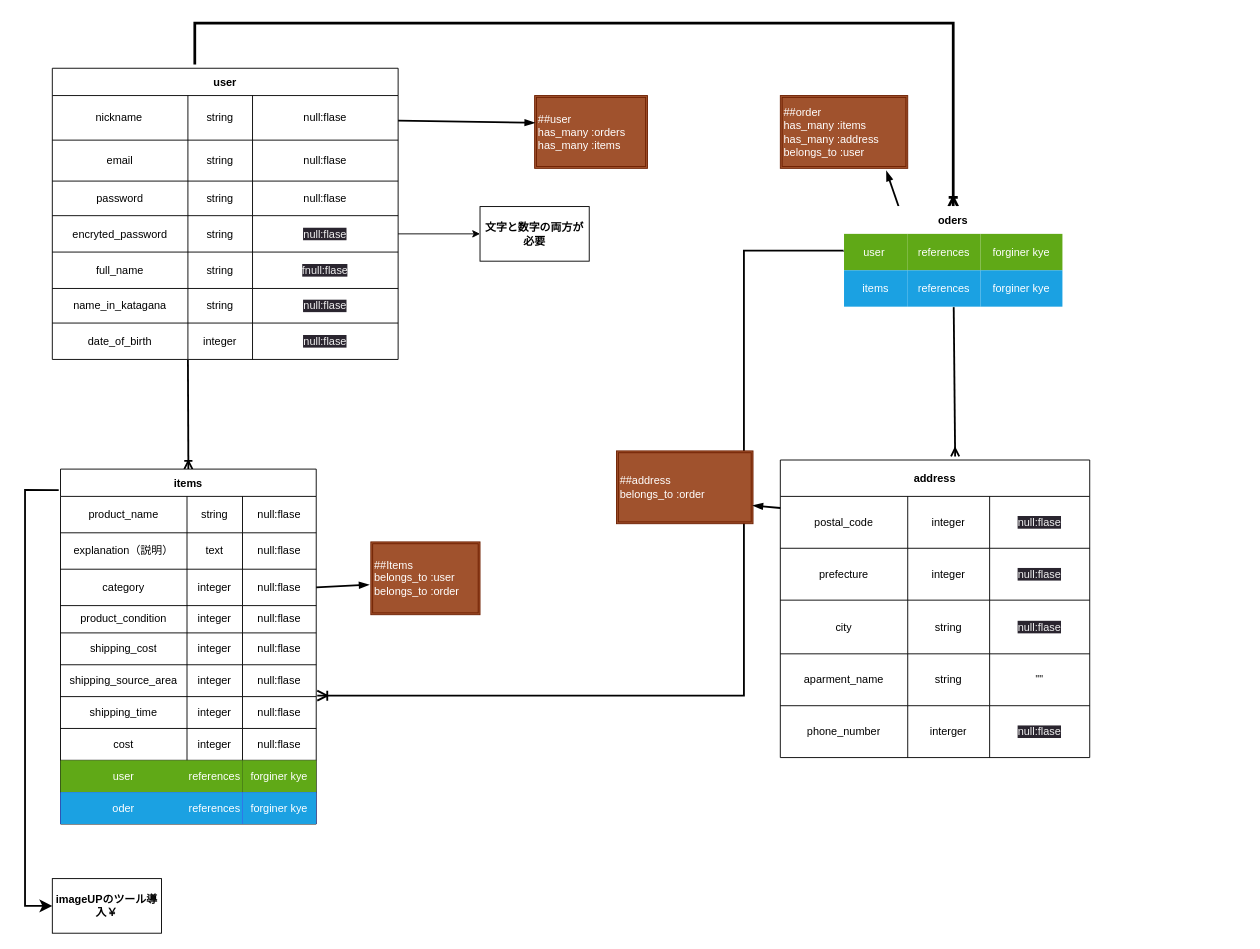
Earlier version of the draw.io diagram Tabel.dio (HaNguyen32/furima-39623). Source tidied: cells renumbered, new cells numbered last; positions are measured from the earlier drawing's top-left corner, leaving out a move shared by most shapes. Both pictures are drawn from the tidied source at 91%, with x=0, y=0 at pixel (25, -5).
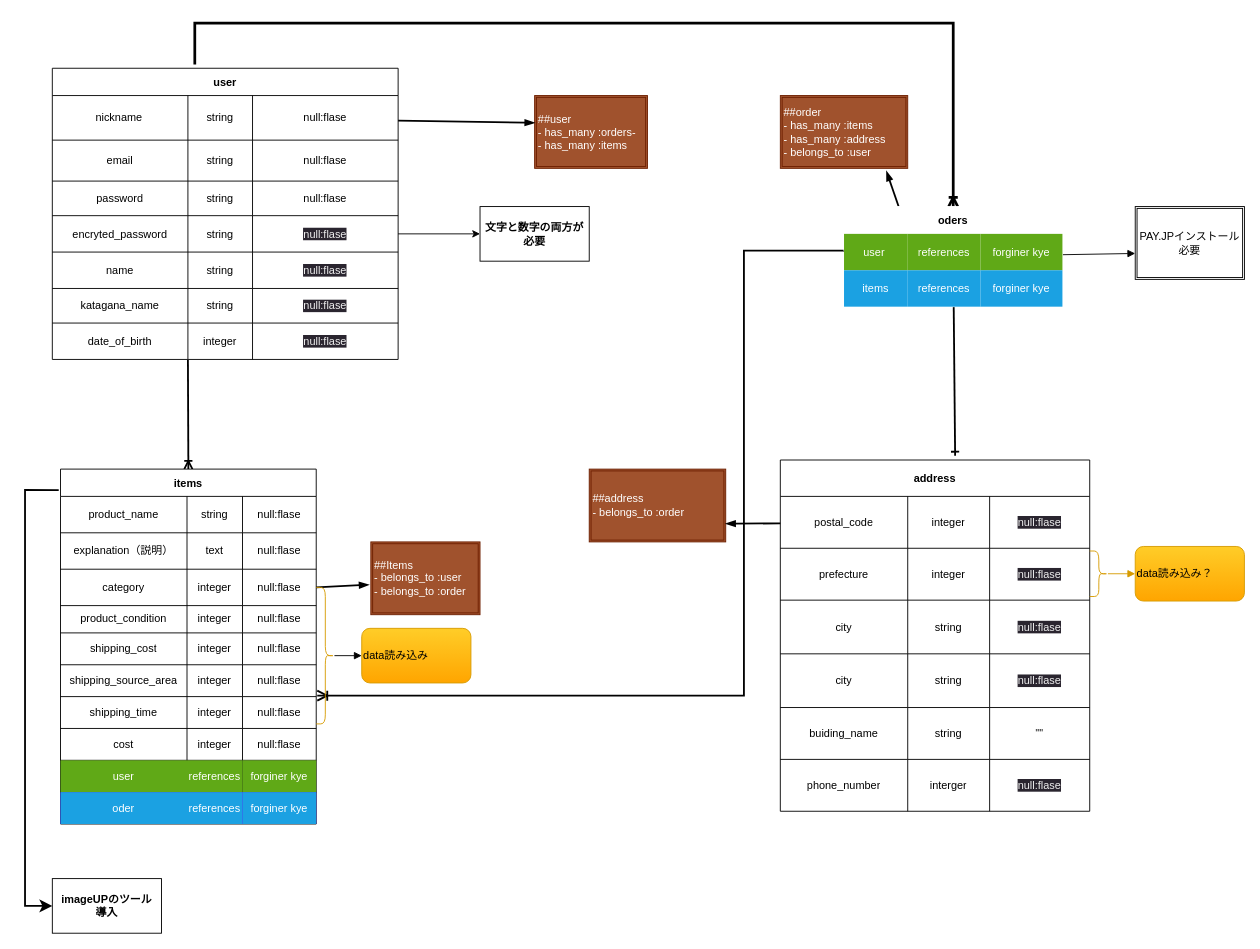
The same diagram, later.

The change refers to these unchanged cells:
```xml
<mxCell id="20" style="shape=tableRow;horizontal=0;startSize=0;swimlaneHead=0;swimlaneBody=0;top=0;left=0;bottom=0;right=0;fillColor=none;" parent="3" vertex="1">
  <mxGeometry y="202" width="380" height="40" as="geometry" />
</mxCell>
<mxCell id="24" style="shape=tableRow;horizontal=0;startSize=0;swimlaneHead=0;swimlaneBody=0;top=0;left=0;bottom=0;right=0;fillColor=none;" parent="3" vertex="1">
  <mxGeometry y="242" width="380" height="38" as="geometry" />
</mxCell>
<mxCell id="105" value="oders" style="shape=table;startSize=30;childLayout=tableLayout;fontStyle=1;align=center;strokeColor=#FFFFFF;" parent="1" vertex="1">
  <mxGeometry x="900" y="231.5" width="240" height="110" as="geometry" />
</mxCell>
```

The edit, as a diff of the source:
```diff
@@
-    <mxCell id="21" value="full_name" style="shape=partialRectangle;html=1;whiteSpace=wrap;fillColor=none;top=0;left=0;bottom=0;right=0;overflow=hidden;" parent="20" vertex="1">
+    <mxCell id="21" value="name" style="shape=partialRectangle;html=1;whiteSpace=wrap;fillColor=none;top=0;left=0;bottom=0;right=0;overflow=hidden;" parent="20" vertex="1">
       <mxGeometry width="149" height="40" as="geometry" />
     </mxCell>
@@
-    <mxCell id="23" value="&lt;span style=&quot;color: rgb(240, 240, 240); font-family: Helvetica; font-size: 12px; font-style: normal; font-variant-ligatures: normal; font-variant-caps: normal; font-weight: 400; letter-spacing: normal; orphans: 2; text-align: center; text-indent: 0px; text-transform: none; widows: 2; word-spacing: 0px; -webkit-text-stroke-width: 0px; background-color: rgb(42, 37, 47); text-decoration-thickness: initial; text-decoration-style: initial; text-decoration-color: initial; float: none; display: inline !important;&quot;&gt;fnull:flase&lt;/span&gt;" style="shape=partialRectangle;html=1;whiteSpace=wrap;fillColor=none;top=0;left=0;bottom=0;right=0;overflow=hidden;" parent="20" vertex="1">
+    <mxCell id="23" value="&lt;span style=&quot;color: rgb(240, 240, 240); font-family: Helvetica; font-size: 12px; font-style: normal; font-variant-ligatures: normal; font-variant-caps: normal; font-weight: 400; letter-spacing: normal; orphans: 2; text-align: center; text-indent: 0px; text-transform: none; widows: 2; word-spacing: 0px; -webkit-text-stroke-width: 0px; background-color: rgb(42, 37, 47); text-decoration-thickness: initial; text-decoration-style: initial; text-decoration-color: initial; float: none; display: inline !important;&quot;&gt;null:flase&lt;/span&gt;" style="shape=partialRectangle;html=1;whiteSpace=wrap;fillColor=none;top=0;left=0;bottom=0;right=0;overflow=hidden;" parent="20" vertex="1">
       <mxGeometry x="220" width="160" height="40" as="geometry" />
     </mxCell>
@@
-    <mxCell id="25" value="name_in_katagana" style="shape=partialRectangle;html=1;whiteSpace=wrap;fillColor=none;top=0;left=0;bottom=0;right=0;overflow=hidden;" parent="24" vertex="1">
+    <mxCell id="25" value="katagana_name" style="shape=partialRectangle;html=1;whiteSpace=wrap;fillColor=none;top=0;left=0;bottom=0;right=0;overflow=hidden;" parent="24" vertex="1">
       <mxGeometry width="149" height="38" as="geometry" />
     </mxCell>
@@
-    <mxCell id="74" value="imageUPのツール導入￥" style="whiteSpace=wrap;html=1;startSize=30;fontStyle=1;" parent="1" vertex="1">
+    <mxCell id="74" value="imageUPのツール&lt;br&gt;導入" style="whiteSpace=wrap;html=1;startSize=30;fontStyle=1;" parent="1" vertex="1">
       <mxGeometry x="30" y="970" width="120" height="60" as="geometry" />
     </mxCell>
     <mxCell id="75" value="address" style="shape=table;startSize=40;childLayout=tableLayout;fontStyle=1;align=center;" parent="1" vertex="1">
-      <mxGeometry x="830" y="510" width="340" height="327" as="geometry" />
+      <mxGeometry x="830" y="510" width="340" height="386" as="geometry" />
     </mxCell>
@@
+    <mxCell id="118" style="shape=tableRow;horizontal=0;startSize=0;swimlaneHead=0;swimlaneBody=0;top=0;left=0;bottom=0;right=0;fillColor=none;" parent="75" vertex="1">
+      <mxGeometry y="213" width="340" height="59" as="geometry" />
+    </mxCell>
+    <mxCell id="119" value="city" style="shape=partialRectangle;html=1;whiteSpace=wrap;fillColor=none;top=0;left=0;bottom=0;right=0;overflow=hidden;" parent="118" vertex="1">
+      <mxGeometry width="140" height="59" as="geometry" />
+    </mxCell>
+    <mxCell id="120" value="string" style="shape=partialRectangle;html=1;whiteSpace=wrap;fillColor=none;top=0;left=0;bottom=0;right=0;overflow=hidden;" parent="118" vertex="1">
+      <mxGeometry x="140" width="90" height="59" as="geometry" />
+    </mxCell>
+    <mxCell id="121" value="&lt;span style=&quot;color: rgb(240, 240, 240); font-family: Helvetica; font-size: 12px; font-style: normal; font-variant-ligatures: normal; font-variant-caps: normal; font-weight: 400; letter-spacing: normal; orphans: 2; text-align: center; text-indent: 0px; text-transform: none; widows: 2; word-spacing: 0px; -webkit-text-stroke-width: 0px; background-color: rgb(42, 37, 47); text-decoration-thickness: initial; text-decoration-style: initial; text-decoration-color: initial; float: none; display: inline !important;&quot;&gt;null:flase&lt;/span&gt;" style="shape=partialRectangle;html=1;whiteSpace=wrap;fillColor=none;top=0;left=0;bottom=0;right=0;overflow=hidden;" parent="118" vertex="1">
+      <mxGeometry x="230" width="110" height="59" as="geometry" />
+    </mxCell>
     <mxCell id="88" style="shape=tableRow;horizontal=0;startSize=0;swimlaneHead=0;swimlaneBody=0;top=0;left=0;bottom=0;right=0;fillColor=none;" parent="75" vertex="1">
-      <mxGeometry y="213" width="340" height="57" as="geometry" />
+      <mxGeometry y="272" width="340" height="57" as="geometry" />
     </mxCell>
-    <mxCell id="89" value="aparment_name" style="shape=partialRectangle;html=1;whiteSpace=wrap;fillColor=none;top=0;left=0;bottom=0;right=0;overflow=hidden;" parent="88" vertex="1">
+    <mxCell id="89" value="buiding_name" style="shape=partialRectangle;html=1;whiteSpace=wrap;fillColor=none;top=0;left=0;bottom=0;right=0;overflow=hidden;" parent="88" vertex="1">
       <mxGeometry width="140" height="57" as="geometry" />
     </mxCell>
@@
     <mxCell id="92" style="shape=tableRow;horizontal=0;startSize=0;swimlaneHead=0;swimlaneBody=0;top=0;left=0;bottom=0;right=0;fillColor=none;" parent="75" vertex="1">
-      <mxGeometry y="270" width="340" height="57" as="geometry" />
+      <mxGeometry y="329" width="340" height="57" as="geometry" />
     </mxCell>
@@
-    <mxCell id="98" value="##Items&lt;br&gt;belongs_to :user&lt;br&gt;belongs_to :order" style="shape=ext;double=1;rounded=0;whiteSpace=wrap;html=1;fillColor=#a0522d;fontColor=#ffffff;strokeColor=#6D1F00;align=left;" parent="1" vertex="1">
+    <mxCell id="98" value="##Items&lt;br&gt;- belongs_to :user&lt;br&gt;- belongs_to :order" style="shape=ext;double=1;rounded=0;whiteSpace=wrap;html=1;fillColor=#a0522d;fontColor=#ffffff;strokeColor=#6D1F00;align=left;" parent="1" vertex="1">
       <mxGeometry x="380" y="600" width="120" height="80" as="geometry" />
     </mxCell>
@@
-    <mxCell id="100" value="##order&lt;br&gt;has_many :items&lt;br&gt;has_many :address&lt;br&gt;belongs_to :user" style="shape=ext;double=1;rounded=0;whiteSpace=wrap;html=1;fillColor=#a0522d;fontColor=#ffffff;strokeColor=#6D1F00;align=left;" parent="1" vertex="1">
+    <mxCell id="100" value="##order&lt;br&gt;- has_many :items&lt;br&gt;- has_many :address&lt;br&gt;- belongs_to :user" style="shape=ext;double=1;rounded=0;whiteSpace=wrap;html=1;fillColor=#a0522d;fontColor=#ffffff;strokeColor=#6D1F00;align=left;" parent="1" vertex="1">
       <mxGeometry x="830" y="109.5" width="140" height="80" as="geometry" />
     </mxCell>
-    <mxCell id="101" value="##user&lt;br&gt;has_many :orders&lt;br&gt;has_many :items" style="shape=ext;double=1;rounded=0;whiteSpace=wrap;html=1;fillColor=#a0522d;fontColor=#ffffff;strokeColor=#6D1F00;align=left;" parent="1" vertex="1">
+    <mxCell id="101" value="##user&lt;br&gt;- has_many :orders-&lt;br&gt;- has_many :items" style="shape=ext;double=1;rounded=0;whiteSpace=wrap;html=1;fillColor=#a0522d;fontColor=#ffffff;strokeColor=#6D1F00;align=left;" parent="1" vertex="1">
       <mxGeometry x="560" y="109.5" width="124" height="80" as="geometry" />
     </mxCell>
@@
-    <mxCell id="103" style="edgeStyle=none;html=1;entryX=0.565;entryY=-0.012;entryDx=0;entryDy=0;entryPerimeter=0;strokeWidth=2;endArrow=ERmany;endFill=0;startSize=6;" parent="1" edge="1" source="105" target="75">
+    <mxCell id="103" style="edgeStyle=none;html=1;entryX=0.565;entryY=-0.012;entryDx=0;entryDy=0;entryPerimeter=0;strokeWidth=2;endArrow=ERone;endFill=0;startSize=6;" parent="1" edge="1" source="105" target="75">
       <mxGeometry relative="1" as="geometry" />
     </mxCell>
@@
+    <mxCell id="122" style="edgeStyle=none;html=1;entryX=0;entryY=0.644;entryDx=0;entryDy=0;entryPerimeter=0;endArrow=block;endFill=1;" parent="1" edge="1" source="105" target="123">
+      <mxGeometry relative="1" as="geometry" />
+    </mxCell>
@@
-    <mxCell id="114" value="##address&lt;br&gt;belongs_to :order" style="shape=ext;double=1;rounded=0;whiteSpace=wrap;html=1;strokeColor=#6D1F00;fillColor=#a0522d;fontColor=#ffffff;align=left;" parent="1" vertex="1">
-      <mxGeometry x="650" y="500" width="150" height="80" as="geometry" />
+    <mxCell id="114" value="##address&lt;br&gt;- belongs_to :order" style="shape=ext;double=1;rounded=0;whiteSpace=wrap;html=1;strokeColor=#6D1F00;fillColor=#a0522d;fontColor=#ffffff;align=left;" parent="1" vertex="1">
+      <mxGeometry x="620" y="520" width="150" height="80" as="geometry" />
     </mxCell>
@@
+    <mxCell id="123" value="PAY.JPインストール必要" style="shape=ext;double=1;rounded=0;whiteSpace=wrap;html=1;" parent="1" vertex="1">
+      <mxGeometry x="1220" y="231.5" width="120" height="80" as="geometry" />
+    </mxCell>
+    <mxCell id="124" style="edgeStyle=none;html=1;endArrow=block;endFill=1;" parent="1" edge="1" source="125" target="129">
+      <mxGeometry relative="1" as="geometry" />
+    </mxCell>
+    <mxCell id="125" style="shape=curlyBracket;whiteSpace=wrap;html=1;rounded=1;flipH=1;labelPosition=right;verticalLabelPosition=middle;align=left;verticalAlign=middle;size=0.5;fillColor=#ffcd28;gradientColor=#ffa500;strokeColor=#d79b00;" parent="1" vertex="1">
+      <mxGeometry x="320" y="650" width="20" height="150" as="geometry" />
+    </mxCell>
+    <mxCell id="126" style="edgeStyle=none;html=1;endArrow=block;endFill=1;fillColor=#ffcd28;gradientColor=#ffa500;strokeColor=#d79b00;" parent="1" edge="1" source="127" target="128">
+      <mxGeometry relative="1" as="geometry" />
+    </mxCell>
+    <mxCell id="127" style="shape=curlyBracket;whiteSpace=wrap;html=1;rounded=1;flipH=1;labelPosition=right;verticalLabelPosition=middle;align=left;verticalAlign=middle;size=0.5;fillColor=#ffcd28;gradientColor=#ffa500;strokeColor=#d79b00;" parent="1" vertex="1">
+      <mxGeometry x="1170" y="610" width="20" height="50" as="geometry" />
+    </mxCell>
+    <mxCell id="128" value="data読み込み？" style="whiteSpace=wrap;html=1;align=left;rounded=1;fillColor=#ffcd28;gradientColor=#ffa500;strokeColor=#d79b00;" parent="1" vertex="1">
+      <mxGeometry x="1220" y="605" width="120" height="60" as="geometry" />
+    </mxCell>
+    <mxCell id="129" value="data読み込み" style="whiteSpace=wrap;html=1;align=left;fillColor=#ffcd28;strokeColor=#d79b00;rounded=1;gradientColor=#ffa500;" parent="1" vertex="1">
+      <mxGeometry x="370" y="695" width="120" height="60" as="geometry" />
+    </mxCell>
```
